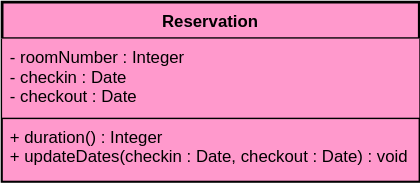
This is assets/reservationDiagram.svg from AleehSophia/personalized-exceptions, a draw.io export, as it was before one commit. Source tidied: cells renumbered, new cells last; positions are measured from the earlier drawing's top-left corner, leaving out a move shared by most shapes. The source it was exported from:
```xml
<mxGraphModel>
  <root>
    <mxCell id="0" />
    <mxCell id="1" parent="0" />
    <mxCell id="2" value="Reservation" style="swimlane;fontStyle=1;align=center;verticalAlign=top;horizontal=1;startSize=26;rounded=0;shadow=0;strokeWidth=2;fillColor=#FF99CC;strokeColor=default;" parent="1" vertex="1">
      <mxGeometry width="298" height="128" as="geometry" />
    </mxCell>
    <mxCell id="3" value="- roomNumber : Integer&#10;- checkin : Date&#10;- checkout : Date" style="text;align=left;verticalAlign=top;spacingLeft=4;spacingRight=4;overflow=hidden;fillColor=#FF99CC;" parent="2" vertex="1">
      <mxGeometry y="26" width="298" height="57" as="geometry" />
    </mxCell>
    <mxCell id="4" value="+ duration() : Integer&#10;+ updateDates(checkin : Date, checkout : Date) : void" style="text;align=left;verticalAlign=top;spacingLeft=4;spacingRight=4;overflow=hidden;fillColor=#FF99CC;strokeColor=default;" parent="2" vertex="1">
      <mxGeometry y="83" width="298" height="45" as="geometry" />
    </mxCell>
  </root>
</mxGraphModel>
```
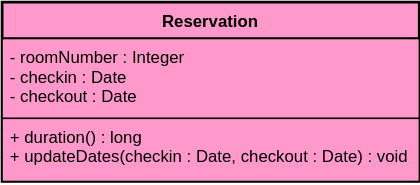
After the change.

Commit message:
:boom:fix: fixing diagram type error

Change to the diagram source:
```diff
@@ -2,13 +2,13 @@
   <root>
     <mxCell id="0" />
     <mxCell id="1" parent="0" />
-    <mxCell id="2" value="Reservation" style="swimlane;fontStyle=1;align=center;verticalAlign=top;horizontal=1;startSize=26;rounded=0;shadow=0;strokeWidth=2;fillColor=#FF99CC;strokeColor=default;" parent="1" vertex="1">
+    <mxCell id="2" value="Reservation" style="swimlane;fontStyle=1;align=center;verticalAlign=top;horizontal=1;startSize=26;rounded=0;shadow=0;strokeWidth=2;fillColor=#FF99CC;strokeColor=#000000;fontColor=#000000;" parent="1" vertex="1">
       <mxGeometry width="298" height="128" as="geometry" />
     </mxCell>
-    <mxCell id="3" value="- roomNumber : Integer&#10;- checkin : Date&#10;- checkout : Date" style="text;align=left;verticalAlign=top;spacingLeft=4;spacingRight=4;overflow=hidden;fillColor=#FF99CC;" parent="2" vertex="1">
+    <mxCell id="3" value="- roomNumber : Integer&#10;- checkin : Date&#10;- checkout : Date" style="text;align=left;verticalAlign=top;spacingLeft=4;spacingRight=4;overflow=hidden;fillColor=#FF99CC;strokeColor=#000000;fontColor=#000000;" parent="2" vertex="1">
       <mxGeometry y="26" width="298" height="57" as="geometry" />
     </mxCell>
-    <mxCell id="4" value="+ duration() : Integer&#10;+ updateDates(checkin : Date, checkout : Date) : void" style="text;align=left;verticalAlign=top;spacingLeft=4;spacingRight=4;overflow=hidden;fillColor=#FF99CC;strokeColor=default;" parent="2" vertex="1">
+    <mxCell id="4" value="+ duration() : long&#10;+ updateDates(checkin : Date, checkout : Date) : void" style="text;align=left;verticalAlign=top;spacingLeft=4;spacingRight=4;overflow=hidden;fillColor=#FF99CC;strokeColor=#000000;fontColor=#000000;" parent="2" vertex="1">
       <mxGeometry y="83" width="298" height="45" as="geometry" />
     </mxCell>
   </root>
```
